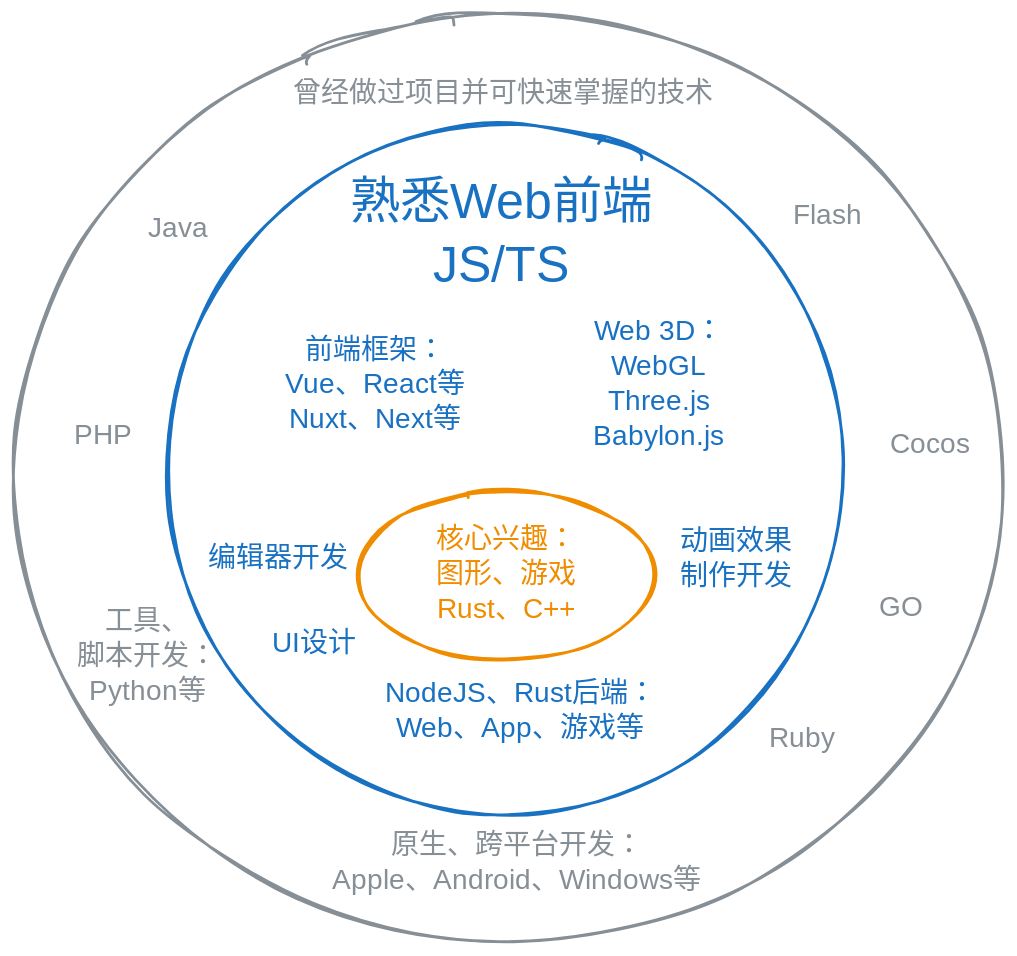
Before: public/images/my-it-skills2.excalidraw.svg, a diagram exported from Excalidraw (LiveCatXY/LiveBay). Source tidied: one line per element, renumbered; positions are measured from the earlier drawing's top-left corner, leaving out a move shared by most shapes. Source of this version:
```json
{"id": 0, "type": "ellipse", "strokeColor": "#1971c2", "strokeWidth": 2, "roughness": 1, "round": true, "x": 110, "y": 78, "width": 482, "height": 494}
{"id": 1, "type": "ellipse", "strokeColor": "#f08c00", "strokeWidth": 2, "roughness": 1, "round": true, "x": 245, "y": 341, "width": 213, "height": 120}
{"id": 2, "type": "text", "text": "核心兴趣：\n图形、游戏\nRust、C++", "strokeColor": "#f08c00", "strokeWidth": 2, "roughness": 1, "fontSize": 20, "fontFamily": 5, "textAlign": "center", "verticalAlign": "middle", "inside": 1, "x": 300, "y": 364, "width": 102, "height": 75}
{"id": 3, "type": "text", "text": "熟悉Web前端\nJS/TS", "strokeColor": "#1971c2", "strokeWidth": 2, "roughness": 1, "fontSize": 36, "fontFamily": 5, "textAlign": "center", "x": 243, "y": 114, "width": 211, "height": 90}
{"id": 4, "type": "text", "text": "前端框架：\nVue、React等\nNuxt、Next等", "strokeColor": "#1971c2", "strokeWidth": 2, "roughness": 1, "fontSize": 20, "fontFamily": 5, "textAlign": "center", "x": 192, "y": 228, "width": 133, "height": 75}
{"id": 5, "type": "text", "text": "NodeJS、Rust后端：\nWeb、App、游戏等", "strokeColor": "#1971c2", "strokeWidth": 2, "roughness": 1, "fontSize": 20, "fontFamily": 5, "textAlign": "center", "x": 262, "y": 474, "width": 199, "height": 50}
{"id": 6, "type": "text", "text": "Web 3D：\nWebGL\nThree.js\nBabylon.js", "strokeColor": "#1971c2", "strokeWidth": 2, "roughness": 1, "fontSize": 20, "fontFamily": 5, "textAlign": "center", "x": 412, "y": 215, "width": 98, "height": 100}
{"id": 7, "type": "ellipse", "strokeColor": "#868e96", "strokeWidth": 2, "roughness": 1, "round": true, "x": 0, "y": 0, "width": 707, "height": 663}
{"id": 8, "type": "text", "text": "原生、跨平台开发：\nApple、Android、Windows等", "strokeColor": "#868e96", "strokeWidth": 2, "roughness": 1, "fontSize": 20, "fontFamily": 5, "textAlign": "center", "x": 227, "y": 582, "width": 264, "height": 50}
{"id": 9, "type": "text", "text": "工具、\n脚本开发：\nPython等", "strokeColor": "#868e96", "strokeWidth": 2, "roughness": 1, "fontSize": 20, "fontFamily": 5, "textAlign": "center", "x": 45, "y": 422, "width": 100, "height": 75}
{"id": 10, "type": "text", "text": "动画效果\n制作开发", "strokeColor": "#1971c2", "strokeWidth": 2, "roughness": 1, "fontSize": 20, "fontFamily": 5, "textAlign": "center", "x": 476, "y": 365, "width": 80, "height": 50}
{"id": 11, "type": "text", "text": "UI设计", "strokeColor": "#1971c2", "strokeWidth": 2, "roughness": 1, "fontSize": 20, "fontFamily": 5, "textAlign": "center", "x": 181, "y": 438, "width": 65, "height": 25}
{"id": 12, "type": "text", "text": "编辑器开发", "strokeColor": "#1971c2", "strokeWidth": 2, "roughness": 1, "fontSize": 20, "fontFamily": 5, "textAlign": "center", "x": 138, "y": 377, "width": 100, "height": 25}
{"id": 13, "type": "text", "text": "Flash", "strokeColor": "#868e96", "strokeWidth": 2, "roughness": 1, "fontSize": 20, "fontFamily": 5, "textAlign": "center", "x": 555, "y": 133, "width": 51, "height": 25}
{"id": 14, "type": "text", "text": "GO", "strokeColor": "#868e96", "strokeWidth": 2, "roughness": 1, "fontSize": 20, "fontFamily": 5, "textAlign": "center", "x": 618, "y": 413, "width": 31, "height": 25}
{"id": 15, "type": "text", "text": "Ruby", "strokeColor": "#868e96", "strokeWidth": 2, "roughness": 1, "fontSize": 20, "fontFamily": 5, "textAlign": "center", "x": 539, "y": 506, "width": 47, "height": 25}
{"id": 16, "type": "text", "text": "Java", "strokeColor": "#868e96", "strokeWidth": 2, "roughness": 1, "fontSize": 20, "fontFamily": 5, "textAlign": "center", "x": 95, "y": 141, "width": 44, "height": 25}
{"id": 17, "type": "text", "text": "曾经做过项目并可快速掌握的技术", "strokeColor": "#868e96", "strokeWidth": 2, "roughness": 1, "fontSize": 20, "fontFamily": 5, "textAlign": "center", "x": 199, "y": 45, "width": 300, "height": 25}
{"id": 18, "type": "text", "text": "Cocos", "strokeColor": "#868e96", "strokeWidth": 2, "roughness": 1, "fontSize": 20, "fontFamily": 5, "textAlign": "center", "x": 626, "y": 296, "width": 58, "height": 25}
{"id": 19, "type": "text", "text": "PHP", "strokeColor": "#868e96", "strokeWidth": 2, "roughness": 1, "fontSize": 20, "fontFamily": 5, "textAlign": "center", "x": 44, "y": 289, "width": 39, "height": 25}
```
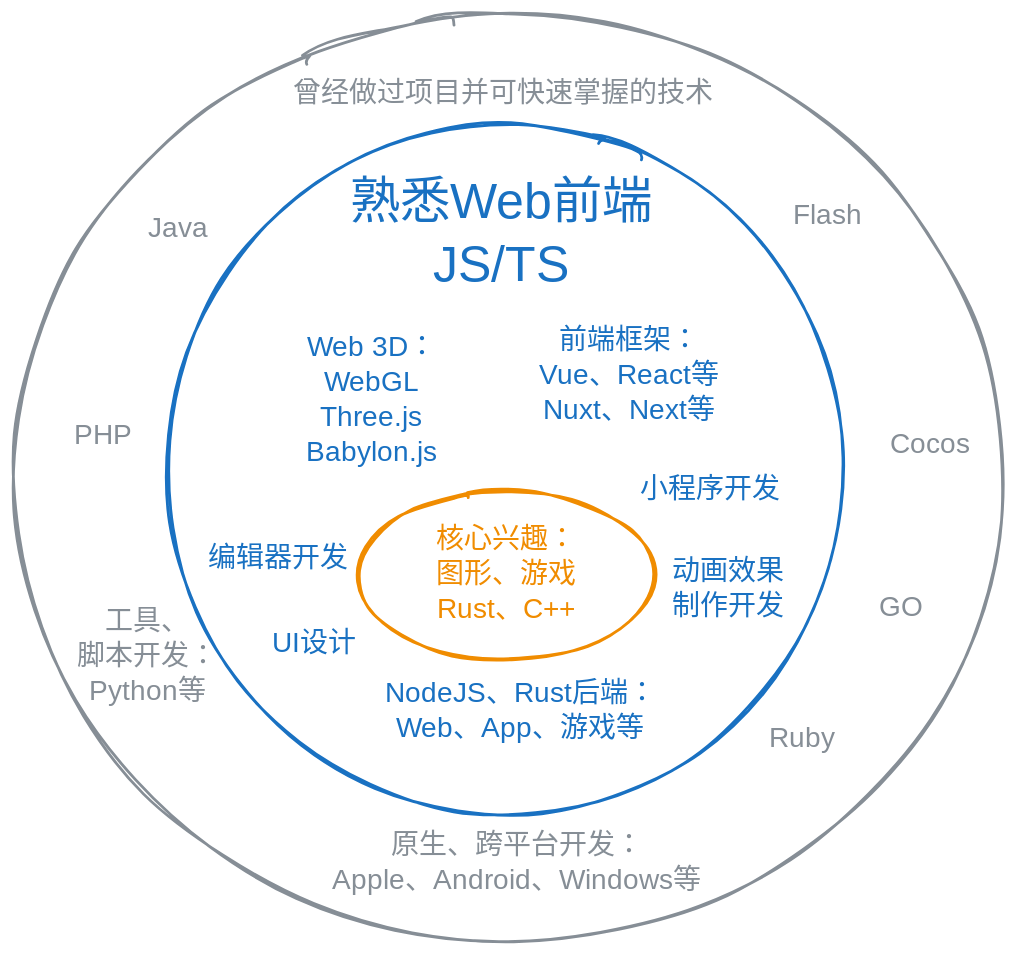
The same file after the commit.

What changed in the source:
```diff
@@ -2,13 +2,13 @@
 {"id": 1, "type": "ellipse", "strokeColor": "#f08c00", "strokeWidth": 2, "roughness": 1, "round": true, "x": 245, "y": 341, "width": 213, "height": 120}
 {"id": 2, "type": "text", "text": "核心兴趣：\n图形、游戏\nRust、C++", "strokeColor": "#f08c00", "strokeWidth": 2, "roughness": 1, "fontSize": 20, "fontFamily": 5, "textAlign": "center", "verticalAlign": "middle", "inside": 1, "x": 300, "y": 364, "width": 102, "height": 75}
 {"id": 3, "type": "text", "text": "熟悉Web前端\nJS/TS", "strokeColor": "#1971c2", "strokeWidth": 2, "roughness": 1, "fontSize": 36, "fontFamily": 5, "textAlign": "center", "x": 243, "y": 114, "width": 211, "height": 90}
-{"id": 4, "type": "text", "text": "前端框架：\nVue、React等\nNuxt、Next等", "strokeColor": "#1971c2", "strokeWidth": 2, "roughness": 1, "fontSize": 20, "fontFamily": 5, "textAlign": "center", "x": 192, "y": 228, "width": 133, "height": 75}
+{"id": 4, "type": "text", "text": "前端框架：\nVue、React等\nNuxt、Next等", "strokeColor": "#1971c2", "strokeWidth": 2, "roughness": 1, "fontSize": 20, "fontFamily": 5, "textAlign": "center", "x": 373, "y": 222, "width": 133, "height": 75}
 {"id": 5, "type": "text", "text": "NodeJS、Rust后端：\nWeb、App、游戏等", "strokeColor": "#1971c2", "strokeWidth": 2, "roughness": 1, "fontSize": 20, "fontFamily": 5, "textAlign": "center", "x": 262, "y": 474, "width": 199, "height": 50}
-{"id": 6, "type": "text", "text": "Web 3D：\nWebGL\nThree.js\nBabylon.js", "strokeColor": "#1971c2", "strokeWidth": 2, "roughness": 1, "fontSize": 20, "fontFamily": 5, "textAlign": "center", "x": 412, "y": 215, "width": 98, "height": 100}
+{"id": 6, "type": "text", "text": "Web 3D：\nWebGL\nThree.js\nBabylon.js", "strokeColor": "#1971c2", "strokeWidth": 2, "roughness": 1, "fontSize": 20, "fontFamily": 5, "textAlign": "center", "x": 206, "y": 227, "width": 98, "height": 100}
 {"id": 7, "type": "ellipse", "strokeColor": "#868e96", "strokeWidth": 2, "roughness": 1, "round": true, "x": 0, "y": 0, "width": 707, "height": 663}
 {"id": 8, "type": "text", "text": "原生、跨平台开发：\nApple、Android、Windows等", "strokeColor": "#868e96", "strokeWidth": 2, "roughness": 1, "fontSize": 20, "fontFamily": 5, "textAlign": "center", "x": 227, "y": 582, "width": 264, "height": 50}
 {"id": 9, "type": "text", "text": "工具、\n脚本开发：\nPython等", "strokeColor": "#868e96", "strokeWidth": 2, "roughness": 1, "fontSize": 20, "fontFamily": 5, "textAlign": "center", "x": 45, "y": 422, "width": 100, "height": 75}
-{"id": 10, "type": "text", "text": "动画效果\n制作开发", "strokeColor": "#1971c2", "strokeWidth": 2, "roughness": 1, "fontSize": 20, "fontFamily": 5, "textAlign": "center", "x": 476, "y": 365, "width": 80, "height": 50}
+{"id": 10, "type": "text", "text": "动画效果\n制作开发", "strokeColor": "#1971c2", "strokeWidth": 2, "roughness": 1, "fontSize": 20, "fontFamily": 5, "textAlign": "center", "x": 470, "y": 387, "width": 80, "height": 50}
 {"id": 11, "type": "text", "text": "UI设计", "strokeColor": "#1971c2", "strokeWidth": 2, "roughness": 1, "fontSize": 20, "fontFamily": 5, "textAlign": "center", "x": 181, "y": 438, "width": 65, "height": 25}
 {"id": 12, "type": "text", "text": "编辑器开发", "strokeColor": "#1971c2", "strokeWidth": 2, "roughness": 1, "fontSize": 20, "fontFamily": 5, "textAlign": "center", "x": 138, "y": 377, "width": 100, "height": 25}
 {"id": 13, "type": "text", "text": "Flash", "strokeColor": "#868e96", "strokeWidth": 2, "roughness": 1, "fontSize": 20, "fontFamily": 5, "textAlign": "center", "x": 555, "y": 133, "width": 51, "height": 25}
@@ -18,3 +18,4 @@
 {"id": 17, "type": "text", "text": "曾经做过项目并可快速掌握的技术", "strokeColor": "#868e96", "strokeWidth": 2, "roughness": 1, "fontSize": 20, "fontFamily": 5, "textAlign": "center", "x": 199, "y": 45, "width": 300, "height": 25}
 {"id": 18, "type": "text", "text": "Cocos", "strokeColor": "#868e96", "strokeWidth": 2, "roughness": 1, "fontSize": 20, "fontFamily": 5, "textAlign": "center", "x": 626, "y": 296, "width": 58, "height": 25}
 {"id": 19, "type": "text", "text": "PHP", "strokeColor": "#868e96", "strokeWidth": 2, "roughness": 1, "fontSize": 20, "fontFamily": 5, "textAlign": "center", "x": 44, "y": 289, "width": 39, "height": 25}
+{"id": 20, "type": "text", "text": "小程序开发", "strokeColor": "#1971c2", "strokeWidth": 2, "roughness": 1, "fontSize": 20, "fontFamily": 5, "x": 448, "y": 328, "width": 100, "height": 25}
```
